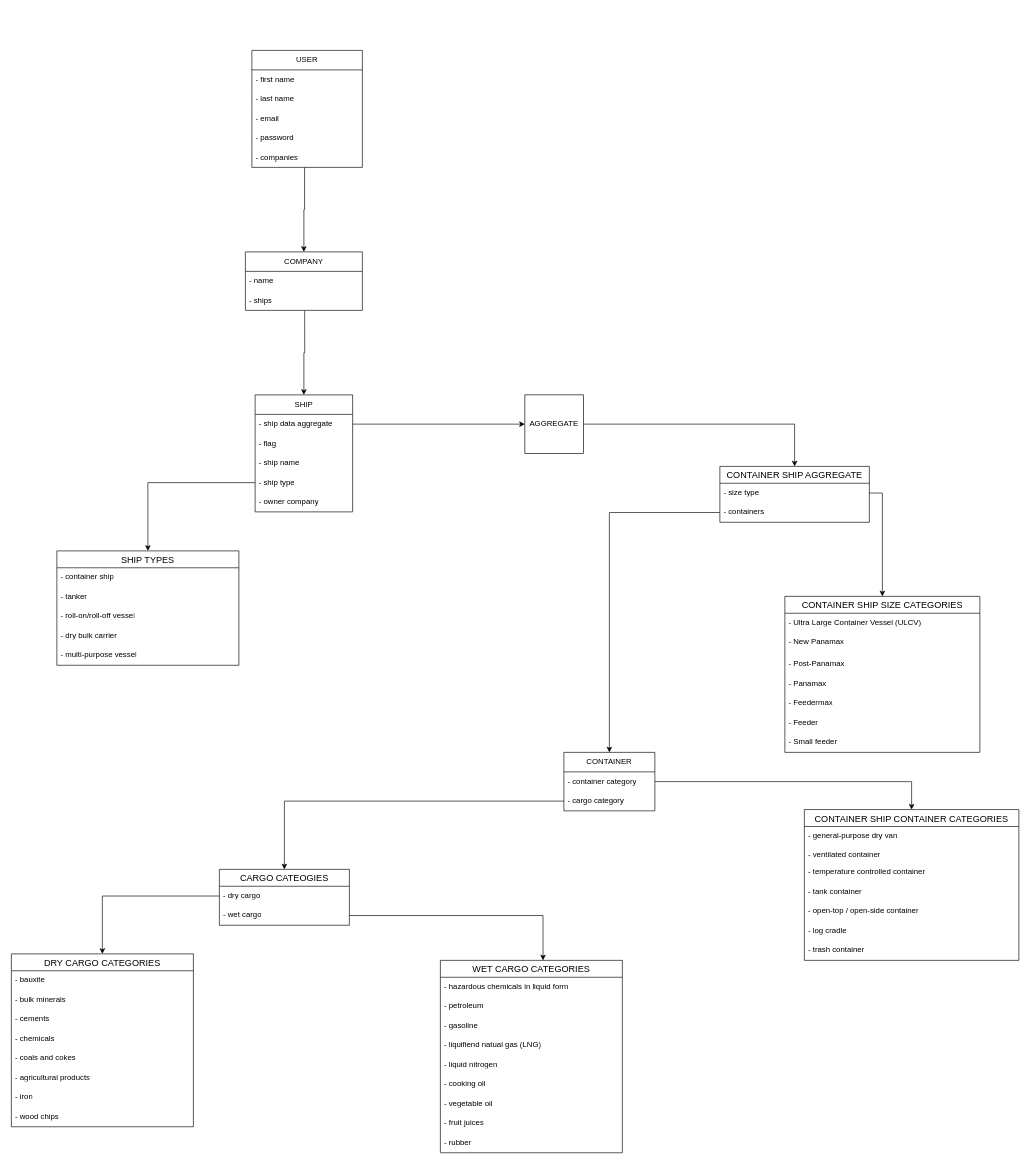
The draw.io diagram docs/maritime-cargo-transportation.drawio in alexey-andriyanenko/maritime-cargo-transportation, before the edit. Source tidied: cells renumbered, new cells numbered last; positions are measured from the earlier drawing's top-left corner, leaving out a move shared by most shapes. Both pictures are drawn from the tidied source at 65%, with x=0, y=0 at pixel (11, 50).
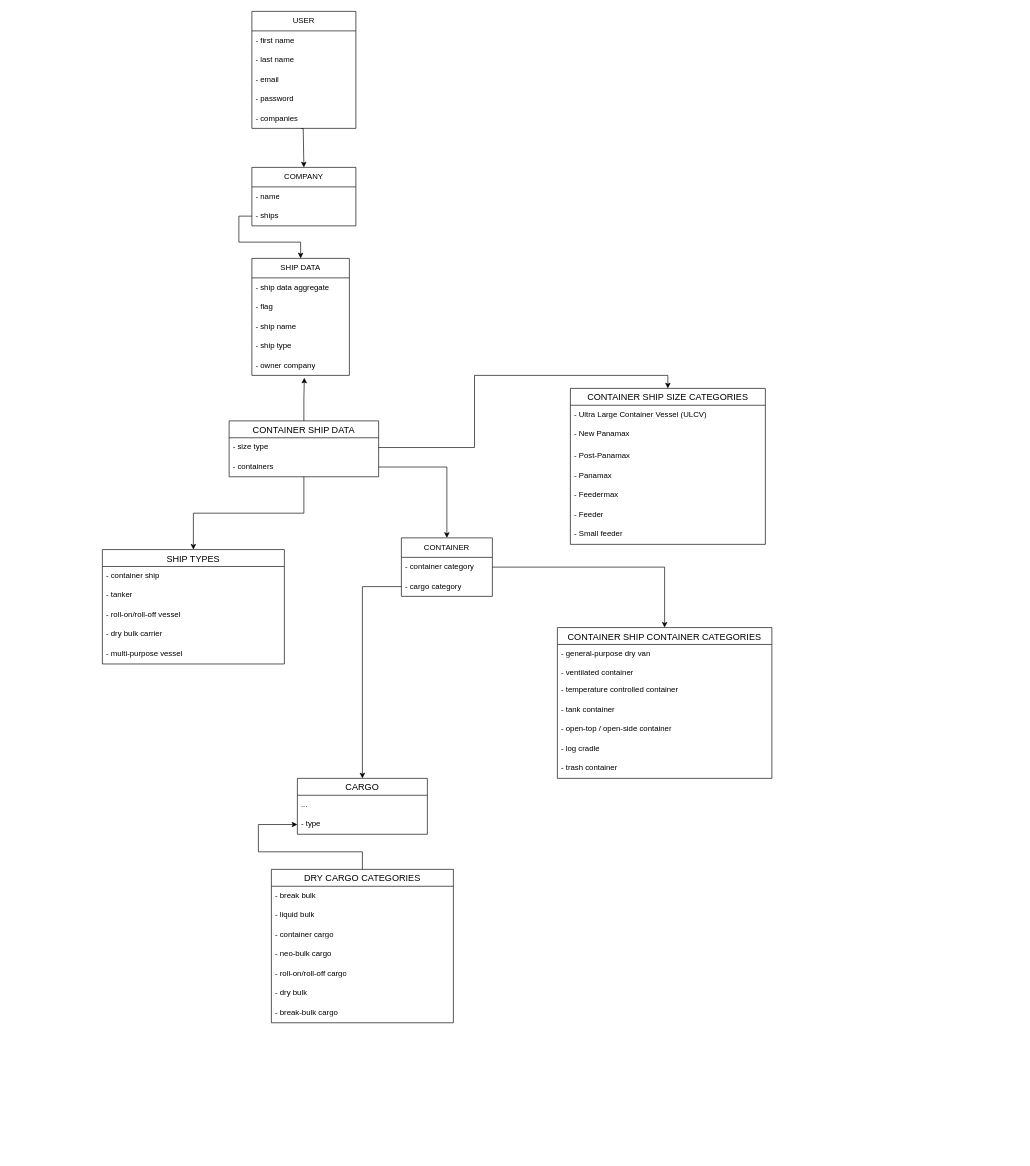
After the change.

Unchanged cells that the change refers to:
```xml
<mxCell id="54" value="- ship data aggregate" style="text;strokeColor=none;fillColor=none;align=left;verticalAlign=middle;spacingLeft=4;spacingRight=4;overflow=hidden;points=[[0,0.5],[1,0.5]];portConstraint=eastwest;whiteSpace=wrap;html=1;" parent="53" vertex="1">
  <mxGeometry y="30" width="150" height="30" as="geometry" />
</mxCell>
<mxCell id="57" value="- ship type" style="text;strokeColor=none;fillColor=none;align=left;verticalAlign=middle;spacingLeft=4;spacingRight=4;overflow=hidden;points=[[0,0.5],[1,0.5]];portConstraint=eastwest;whiteSpace=wrap;html=1;" parent="53" vertex="1">
  <mxGeometry y="120" width="150" height="30" as="geometry" />
</mxCell>
<mxCell id="58" value="- owner company" style="text;strokeColor=none;fillColor=none;align=left;verticalAlign=middle;spacingLeft=4;spacingRight=4;overflow=hidden;points=[[0,0.5],[1,0.5]];portConstraint=eastwest;whiteSpace=wrap;html=1;" parent="53" vertex="1">
  <mxGeometry y="150" width="150" height="30" as="geometry" />
</mxCell>
```

What changed in the source:
```diff
@@
     <mxCell id="2" value="CONTAINER SHIP SIZE CATEGORIES" style="swimlane;fontStyle=0;horizontal=1;startSize=26;align=center;fontSize=14;" parent="1" vertex="1">
-      <mxGeometry x="1190" y="840" width="300" height="240" as="geometry" />
+      <mxGeometry x="860" y="520" width="300" height="240" as="geometry" />
     </mxCell>
@@
     <mxCell id="10" value="CONTAINER SHIP CONTAINER CATEGORIES" style="swimlane;fontStyle=0;horizontal=1;startSize=26;align=center;fontSize=14;" parent="1" vertex="1">
-      <mxGeometry x="1220" y="1168" width="330" height="232" as="geometry" />
+      <mxGeometry x="840" y="888" width="330" height="232" as="geometry" />
     </mxCell>
@@
-    <mxCell id="18" value="CARGO CATEOGIES" style="swimlane;fontStyle=0;horizontal=1;startSize=26;align=center;fontSize=14;" parent="1" vertex="1">
-      <mxGeometry x="320" y="1260" width="200" height="86" as="geometry" />
+    <mxCell id="18" value="CARGO" style="swimlane;fontStyle=0;horizontal=1;startSize=26;align=center;fontSize=14;" parent="1" vertex="1">
+      <mxGeometry x="440" y="1120" width="200" height="86" as="geometry" />
     </mxCell>
-    <mxCell id="19" value="- dry cargo" style="text;strokeColor=none;fillColor=none;spacingLeft=4;spacingRight=4;overflow=hidden;points=[[0,0.5],[1,0.5]];portConstraint=eastwest;fontSize=12;whiteSpace=wrap;html=1;" parent="18" vertex="1">
+    <mxCell id="19" value="..." style="text;strokeColor=none;fillColor=none;spacingLeft=4;spacingRight=4;overflow=hidden;points=[[0,0.5],[1,0.5]];portConstraint=eastwest;fontSize=12;whiteSpace=wrap;html=1;" parent="18" vertex="1">
       <mxGeometry y="26" width="200" height="30" as="geometry" />
     </mxCell>
-    <mxCell id="20" value="- wet cargo" style="text;strokeColor=none;fillColor=none;spacingLeft=4;spacingRight=4;overflow=hidden;points=[[0,0.5],[1,0.5]];portConstraint=eastwest;fontSize=12;whiteSpace=wrap;html=1;" parent="18" vertex="1">
+    <mxCell id="20" value="- type" style="text;strokeColor=none;fillColor=none;spacingLeft=4;spacingRight=4;overflow=hidden;points=[[0,0.5],[1,0.5]];portConstraint=eastwest;fontSize=12;whiteSpace=wrap;html=1;" parent="18" vertex="1">
       <mxGeometry y="56" width="200" height="30" as="geometry" />
     </mxCell>
     <mxCell id="21" value="DRY CARGO CATEGORIES" style="swimlane;fontStyle=0;horizontal=1;startSize=26;align=center;fontSize=14;" parent="1" vertex="1">
-      <mxGeometry y="1390" width="280" height="266" as="geometry" />
+      <mxGeometry x="400" y="1260" width="280" height="236" as="geometry" />
     </mxCell>
-    <mxCell id="22" value="- bauxite" style="text;strokeColor=none;fillColor=none;spacingLeft=4;spacingRight=4;overflow=hidden;fontSize=12;whiteSpace=wrap;html=1;" parent="21" vertex="1">
+    <mxCell id="22" value="- break bulk" style="text;strokeColor=none;fillColor=none;spacingLeft=4;spacingRight=4;overflow=hidden;fontSize=12;whiteSpace=wrap;html=1;" parent="21" vertex="1">
       <mxGeometry y="26" width="280" height="30" as="geometry" />
     </mxCell>
-    <mxCell id="23" value="- bulk minerals" style="text;strokeColor=none;fillColor=none;spacingLeft=4;spacingRight=4;overflow=hidden;fontSize=12;whiteSpace=wrap;html=1;" parent="21" vertex="1">
-      <mxGeometry y="56" width="280" height="30" as="geometry" />
-    </mxCell>
-    <mxCell id="24" value="- cements" style="text;strokeColor=none;fillColor=none;spacingLeft=4;spacingRight=4;overflow=hidden;fontSize=12;whiteSpace=wrap;html=1;" parent="21" vertex="1">
-      <mxGeometry y="86" width="280" height="30" as="geometry" />
-    </mxCell>
-    <mxCell id="25" value="- chemicals" style="text;strokeColor=none;fillColor=none;spacingLeft=4;spacingRight=4;overflow=hidden;fontSize=12;whiteSpace=wrap;html=1;" parent="21" vertex="1">
-      <mxGeometry y="116" width="280" height="30" as="geometry" />
-    </mxCell>
-    <mxCell id="26" value="- coals and cokes" style="text;strokeColor=none;fillColor=none;spacingLeft=4;spacingRight=4;overflow=hidden;fontSize=12;whiteSpace=wrap;html=1;" parent="21" vertex="1">
-      <mxGeometry y="146" width="280" height="30" as="geometry" />
-    </mxCell>
-    <mxCell id="27" value="- agricultural products" style="text;strokeColor=none;fillColor=none;spacingLeft=4;spacingRight=4;overflow=hidden;fontSize=12;whiteSpace=wrap;html=1;" parent="21" vertex="1">
-      <mxGeometry y="176" width="280" height="30" as="geometry" />
-    </mxCell>
-    <mxCell id="28" value="- iron" style="text;strokeColor=none;fillColor=none;spacingLeft=4;spacingRight=4;overflow=hidden;fontSize=12;whiteSpace=wrap;html=1;" parent="21" vertex="1">
-      <mxGeometry y="206" width="280" height="30" as="geometry" />
-    </mxCell>
-    <mxCell id="29" value="- wood chips" style="text;strokeColor=none;fillColor=none;spacingLeft=4;spacingRight=4;overflow=hidden;fontSize=12;whiteSpace=wrap;html=1;" parent="21" vertex="1">
-      <mxGeometry y="236" width="280" height="30" as="geometry" />
-    </mxCell>
-    <mxCell id="30" value="WET CARGO CATEGORIES" style="swimlane;fontStyle=0;horizontal=1;startSize=26;align=center;fontSize=14;" parent="1" vertex="1">
-      <mxGeometry x="660" y="1400" width="280" height="296" as="geometry" />
-    </mxCell>
-    <mxCell id="31" value="- hazardous chemicals in liquid form" style="text;strokeColor=none;fillColor=none;spacingLeft=4;spacingRight=4;overflow=hidden;fontSize=12;whiteSpace=wrap;html=1;" parent="30" vertex="1">
-      <mxGeometry y="26" width="280" height="30" as="geometry" />
-    </mxCell>
-    <mxCell id="32" value="- petroleum" style="text;strokeColor=none;fillColor=none;spacingLeft=4;spacingRight=4;overflow=hidden;fontSize=12;whiteSpace=wrap;html=1;" parent="30" vertex="1">
-      <mxGeometry y="56" width="280" height="30" as="geometry" />
-    </mxCell>
-    <mxCell id="33" value="- gasoline" style="text;strokeColor=none;fillColor=none;spacingLeft=4;spacingRight=4;overflow=hidden;fontSize=12;whiteSpace=wrap;html=1;" parent="30" vertex="1">
-      <mxGeometry y="86" width="280" height="30" as="geometry" />
-    </mxCell>
-    <mxCell id="34" value="- liquifiend natual gas (LNG)" style="text;strokeColor=none;fillColor=none;spacingLeft=4;spacingRight=4;overflow=hidden;fontSize=12;whiteSpace=wrap;html=1;" parent="30" vertex="1">
-      <mxGeometry y="116" width="280" height="30" as="geometry" />
-    </mxCell>
-    <mxCell id="35" value="- liquid nitrogen" style="text;strokeColor=none;fillColor=none;spacingLeft=4;spacingRight=4;overflow=hidden;fontSize=12;whiteSpace=wrap;html=1;" parent="30" vertex="1">
-      <mxGeometry y="146" width="280" height="30" as="geometry" />
-    </mxCell>
-    <mxCell id="36" value="- cooking oil" style="text;strokeColor=none;fillColor=none;spacingLeft=4;spacingRight=4;overflow=hidden;fontSize=12;whiteSpace=wrap;html=1;" parent="30" vertex="1">
-      <mxGeometry y="176" width="280" height="30" as="geometry" />
-    </mxCell>
-    <mxCell id="37" value="- vegetable oil" style="text;strokeColor=none;fillColor=none;spacingLeft=4;spacingRight=4;overflow=hidden;fontSize=12;whiteSpace=wrap;html=1;" parent="30" vertex="1">
-      <mxGeometry y="206" width="280" height="30" as="geometry" />
-    </mxCell>
-    <mxCell id="38" value="- fruit juices" style="text;strokeColor=none;fillColor=none;spacingLeft=4;spacingRight=4;overflow=hidden;fontSize=12;whiteSpace=wrap;html=1;" parent="30" vertex="1">
-      <mxGeometry y="236" width="280" height="30" as="geometry" />
-    </mxCell>
-    <mxCell id="39" value="- rubber" style="text;strokeColor=none;fillColor=none;spacingLeft=4;spacingRight=4;overflow=hidden;fontSize=12;whiteSpace=wrap;html=1;" parent="30" vertex="1">
-      <mxGeometry y="266" width="280" height="30" as="geometry" />
-    </mxCell>
-    <mxCell id="40" style="edgeStyle=orthogonalEdgeStyle;rounded=0;jettySize=auto;html=1;entryX=0.5;entryY=0;entryDx=0;entryDy=0;" parent="1" edge="1" source="19" target="21">
-      <mxGeometry relative="1" as="geometry" />
-    </mxCell>
-    <mxCell id="41" style="edgeStyle=orthogonalEdgeStyle;rounded=0;jettySize=auto;html=1;entryX=0.564;entryY=0;entryDx=0;entryDy=0;entryPerimeter=0;" parent="1" edge="1" source="20" target="30">
-      <mxGeometry relative="1" as="geometry" />
-    </mxCell>
+    <mxCell id="79" value="- liquid bulk" style="text;strokeColor=none;fillColor=none;spacingLeft=4;spacingRight=4;overflow=hidden;fontSize=12;whiteSpace=wrap;html=1;" parent="21" vertex="1">
+      <mxGeometry y="56" width="280" height="30" as="geometry" />
+    </mxCell>
+    <mxCell id="80" value="- container cargo" style="text;strokeColor=none;fillColor=none;spacingLeft=4;spacingRight=4;overflow=hidden;fontSize=12;whiteSpace=wrap;html=1;" parent="21" vertex="1">
+      <mxGeometry y="86" width="280" height="30" as="geometry" />
+    </mxCell>
+    <mxCell id="81" value="- neo-bulk cargo" style="text;strokeColor=none;fillColor=none;spacingLeft=4;spacingRight=4;overflow=hidden;fontSize=12;whiteSpace=wrap;html=1;" parent="21" vertex="1">
+      <mxGeometry y="116" width="280" height="30" as="geometry" />
+    </mxCell>
+    <mxCell id="82" value="- roll-on/roll-off cargo" style="text;strokeColor=none;fillColor=none;spacingLeft=4;spacingRight=4;overflow=hidden;fontSize=12;whiteSpace=wrap;html=1;" parent="21" vertex="1">
+      <mxGeometry y="146" width="280" height="30" as="geometry" />
+    </mxCell>
+    <mxCell id="83" value="- dry bulk" style="text;strokeColor=none;fillColor=none;spacingLeft=4;spacingRight=4;overflow=hidden;fontSize=12;whiteSpace=wrap;html=1;" parent="21" vertex="1">
+      <mxGeometry y="176" width="280" height="30" as="geometry" />
+    </mxCell>
+    <mxCell id="84" value="- break-bulk cargo" style="text;strokeColor=none;fillColor=none;spacingLeft=4;spacingRight=4;overflow=hidden;fontSize=12;whiteSpace=wrap;html=1;" parent="21" vertex="1">
+      <mxGeometry y="206" width="280" height="30" as="geometry" />
+    </mxCell>
     <mxCell id="42" value="USER" style="swimlane;fontStyle=0;horizontal=1;startSize=30;whiteSpace=wrap;html=1;" parent="1" vertex="1">
-      <mxGeometry x="370" width="170" height="180" as="geometry" />
+      <mxGeometry x="370" y="-60" width="160" height="180" as="geometry" />
     </mxCell>
     <mxCell id="43" value="- first name" style="text;strokeColor=none;fillColor=none;align=left;verticalAlign=middle;spacingLeft=4;spacingRight=4;overflow=hidden;whiteSpace=wrap;html=1;" parent="42" vertex="1">
-      <mxGeometry y="30" width="170" height="30" as="geometry" />
+      <mxGeometry y="30" width="160" height="30" as="geometry" />
     </mxCell>
     <mxCell id="44" value="- last name" style="text;strokeColor=none;fillColor=none;align=left;verticalAlign=middle;spacingLeft=4;spacingRight=4;overflow=hidden;whiteSpace=wrap;html=1;" parent="42" vertex="1">
-      <mxGeometry y="60" width="170" height="30" as="geometry" />
+      <mxGeometry y="60" width="160" height="30" as="geometry" />
     </mxCell>
     <mxCell id="45" value="- email" style="text;strokeColor=none;fillColor=none;align=left;verticalAlign=middle;spacingLeft=4;spacingRight=4;overflow=hidden;whiteSpace=wrap;html=1;" parent="42" vertex="1">
-      <mxGeometry y="90" width="170" height="30" as="geometry" />
+      <mxGeometry y="90" width="160" height="30" as="geometry" />
     </mxCell>
     <mxCell id="46" value="- password" style="text;strokeColor=none;fillColor=none;align=left;verticalAlign=middle;spacingLeft=4;spacingRight=4;overflow=hidden;whiteSpace=wrap;html=1;" parent="42" vertex="1">
-      <mxGeometry y="120" width="170" height="30" as="geometry" />
+      <mxGeometry y="120" width="160" height="30" as="geometry" />
     </mxCell>
     <mxCell id="47" value="- companies" style="text;strokeColor=none;fillColor=none;align=left;verticalAlign=middle;spacingLeft=4;spacingRight=4;overflow=hidden;points=[[0,0.5],[1,0.5]];portConstraint=eastwest;whiteSpace=wrap;html=1;" parent="42" vertex="1">
-      <mxGeometry y="150" width="170" height="30" as="geometry" />
+      <mxGeometry y="150" width="160" height="30" as="geometry" />
     </mxCell>
     <mxCell id="48" value="COMPANY" style="swimlane;fontStyle=0;horizontal=1;startSize=30;whiteSpace=wrap;html=1;" parent="1" vertex="1">
-      <mxGeometry x="360" y="310" width="180" height="90" as="geometry" />
+      <mxGeometry x="370" y="180" width="160" height="90" as="geometry" />
     </mxCell>
     <mxCell id="49" value="- name" style="text;strokeColor=none;fillColor=none;align=left;verticalAlign=middle;spacingLeft=4;spacingRight=4;overflow=hidden;whiteSpace=wrap;html=1;" parent="48" vertex="1">
-      <mxGeometry y="30" width="180" height="30" as="geometry" />
+      <mxGeometry y="30" width="160" height="30" as="geometry" />
     </mxCell>
     <mxCell id="50" value="- ships" style="text;strokeColor=none;fillColor=none;align=left;verticalAlign=middle;spacingLeft=4;spacingRight=4;overflow=hidden;points=[[0,0.5],[1,0.5]];portConstraint=eastwest;whiteSpace=wrap;html=1;" parent="48" vertex="1">
-      <mxGeometry y="60" width="180" height="30" as="geometry" />
+      <mxGeometry y="60" width="160" height="30" as="geometry" />
     </mxCell>
-    <mxCell id="51" style="edgeStyle=orthogonalEdgeStyle;rounded=0;jettySize=auto;html=1;entryX=0.5;entryY=0;entryDx=0;entryDy=0;exitX=0.507;exitY=1.01;exitDx=0;exitDy=0;exitPerimeter=0;" parent="1" edge="1" source="50" target="53">
-      <mxGeometry relative="1" as="geometry" />
-    </mxCell>
     <mxCell id="52" style="edgeStyle=orthogonalEdgeStyle;rounded=0;jettySize=auto;html=1;entryX=0.5;entryY=0;entryDx=0;entryDy=0;exitX=0.477;exitY=1.01;exitDx=0;exitDy=0;exitPerimeter=0;" parent="1" edge="1" source="47" target="48">
-      <mxGeometry relative="1" as="geometry" />
+      <mxGeometry relative="1" as="geometry">
+        <Array as="points">
+          <mxPoint x="449" y="180" />
+        </Array>
+      </mxGeometry>
     </mxCell>
-    <mxCell id="53" value="SHIP" style="swimlane;fontStyle=0;horizontal=1;startSize=30;whiteSpace=wrap;html=1;" parent="1" vertex="1">
-      <mxGeometry x="375" y="530" width="150" height="180" as="geometry" />
+    <mxCell id="53" value="SHIP DATA" style="swimlane;fontStyle=0;horizontal=1;startSize=30;whiteSpace=wrap;html=1;" parent="1" vertex="1">
+      <mxGeometry x="370" y="320" width="150" height="180" as="geometry" />
     </mxCell>
@@
     <mxCell id="59" value="CONTAINER" style="swimlane;fontStyle=0;horizontal=1;startSize=30;whiteSpace=wrap;html=1;" parent="1" vertex="1">
-      <mxGeometry x="850" y="1080" width="140" height="90" as="geometry" />
+      <mxGeometry x="600" y="750" width="140" height="90" as="geometry" />
     </mxCell>
@@
     <mxCell id="64" value="SHIP TYPES" style="swimlane;fontStyle=0;horizontal=1;startSize=26;align=center;fontSize=14;" parent="1" vertex="1">
-      <mxGeometry x="70" y="770" width="280" height="176" as="geometry" />
+      <mxGeometry x="140" y="768" width="280" height="176" as="geometry" />
     </mxCell>
@@
-    <mxCell id="70" style="edgeStyle=orthogonalEdgeStyle;rounded=0;jettySize=auto;html=1;entryX=0.5;entryY=0;entryDx=0;entryDy=0;" parent="1" edge="1" source="57" target="64">
-      <mxGeometry relative="1" as="geometry" />
-    </mxCell>
+    <mxCell id="85" style="edgeStyle=orthogonalEdgeStyle;rounded=0;jettySize=auto;html=1;entryX=0.5;entryY=0;entryDx=0;entryDy=0;" parent="1" edge="1" source="71" target="64">
+      <mxGeometry relative="1" as="geometry" />
+    </mxCell>
-    <mxCell id="71" value="CONTAINER SHIP AGGREGATE" style="swimlane;fontStyle=0;horizontal=1;startSize=26;align=center;fontSize=14;" parent="1" vertex="1">
-      <mxGeometry x="1090" y="640" width="230" height="86" as="geometry" />
+    <mxCell id="71" value="CONTAINER SHIP DATA" style="swimlane;fontStyle=0;horizontal=1;startSize=26;align=center;fontSize=14;" parent="1" vertex="1">
+      <mxGeometry x="335" y="570" width="230" height="86" as="geometry" />
     </mxCell>
@@
-    <mxCell id="76" style="edgeStyle=orthogonalEdgeStyle;rounded=0;jettySize=auto;html=1;entryX=0.5;entryY=0;entryDx=0;entryDy=0;exitX=1;exitY=0.5;exitDx=0;exitDy=0;" parent="1" edge="1" source="78" target="71">
-      <mxGeometry relative="1" as="geometry" />
-    </mxCell>
-    <mxCell id="77" style="edgeStyle=orthogonalEdgeStyle;rounded=0;jettySize=auto;html=1;entryX=0;entryY=0.5;entryDx=0;entryDy=0;" parent="1" edge="1" source="54" target="78">
-      <mxGeometry relative="1" as="geometry" />
-    </mxCell>
-    <mxCell id="78" value="AGGREGATE" style="whiteSpace=wrap;html=1;" parent="1" vertex="1">
-      <mxGeometry x="790" y="530" width="90" height="90" as="geometry" />
-    </mxCell>
+    <mxCell id="86" style="edgeStyle=orthogonalEdgeStyle;rounded=0;jettySize=auto;html=1;entryX=0.538;entryY=1.122;entryDx=0;entryDy=0;entryPerimeter=0;" parent="1" edge="1" source="71" target="58">
+      <mxGeometry relative="1" as="geometry">
+        <Array as="points">
+          <mxPoint x="450" y="535" />
+          <mxPoint x="451" y="535" />
+        </Array>
+      </mxGeometry>
+    </mxCell>
+    <mxCell id="51" style="edgeStyle=orthogonalEdgeStyle;rounded=0;jettySize=auto;html=1;entryX=0.5;entryY=0;entryDx=0;entryDy=0;" parent="1" edge="1" source="50" target="53">
+      <mxGeometry relative="1" as="geometry" />
+    </mxCell>
+    <mxCell id="87" style="edgeStyle=orthogonalEdgeStyle;rounded=0;jettySize=auto;html=1;entryX=0;entryY=0.5;entryDx=0;entryDy=0;" parent="1" edge="1" source="21" target="20">
+      <mxGeometry relative="1" as="geometry" />
+    </mxCell>
```
